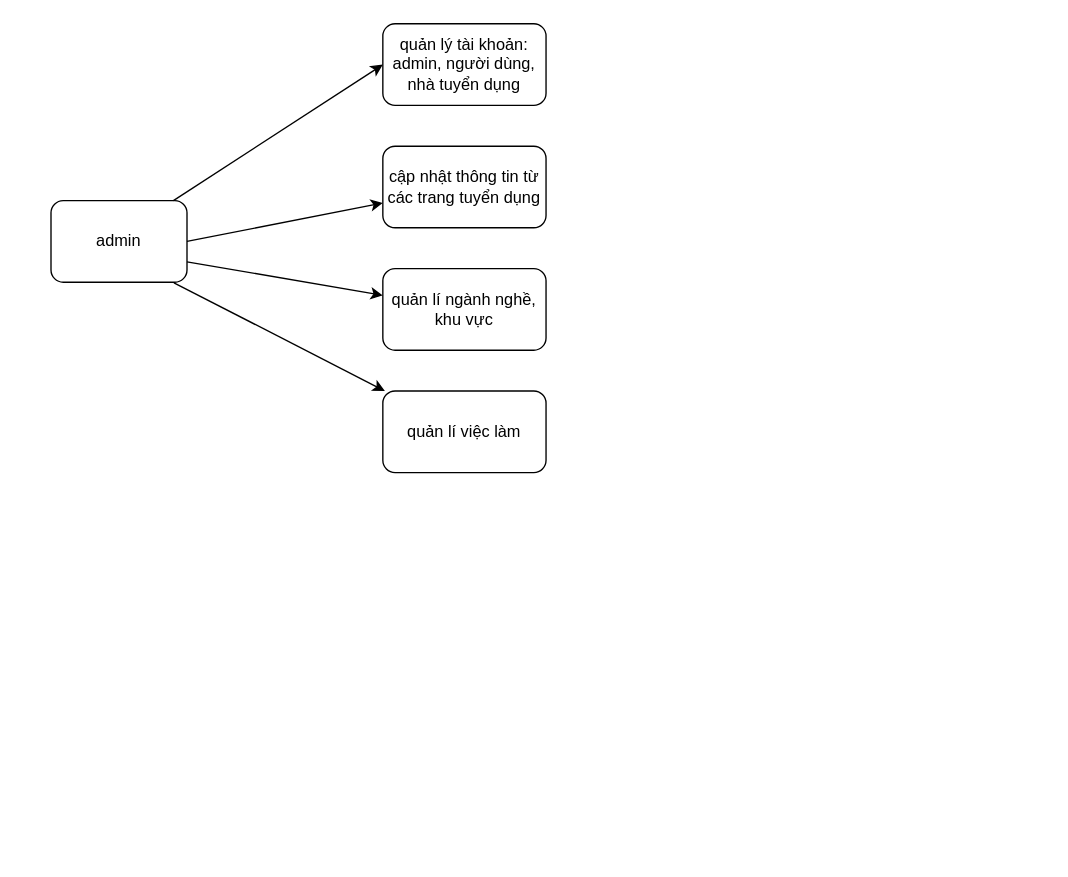
vuduy-2k3/lol119 keeps this draw.io diagram as Untitled Diagram.drawio. Above is the earlier version. Source tidied: cells renumbered, new cells numbered last; positions are measured from the earlier drawing's top-left corner, leaving out a move shared by most shapes. Both pictures are drawn from the tidied source at 136%, with x=0, y=0 at pixel (50, 23).
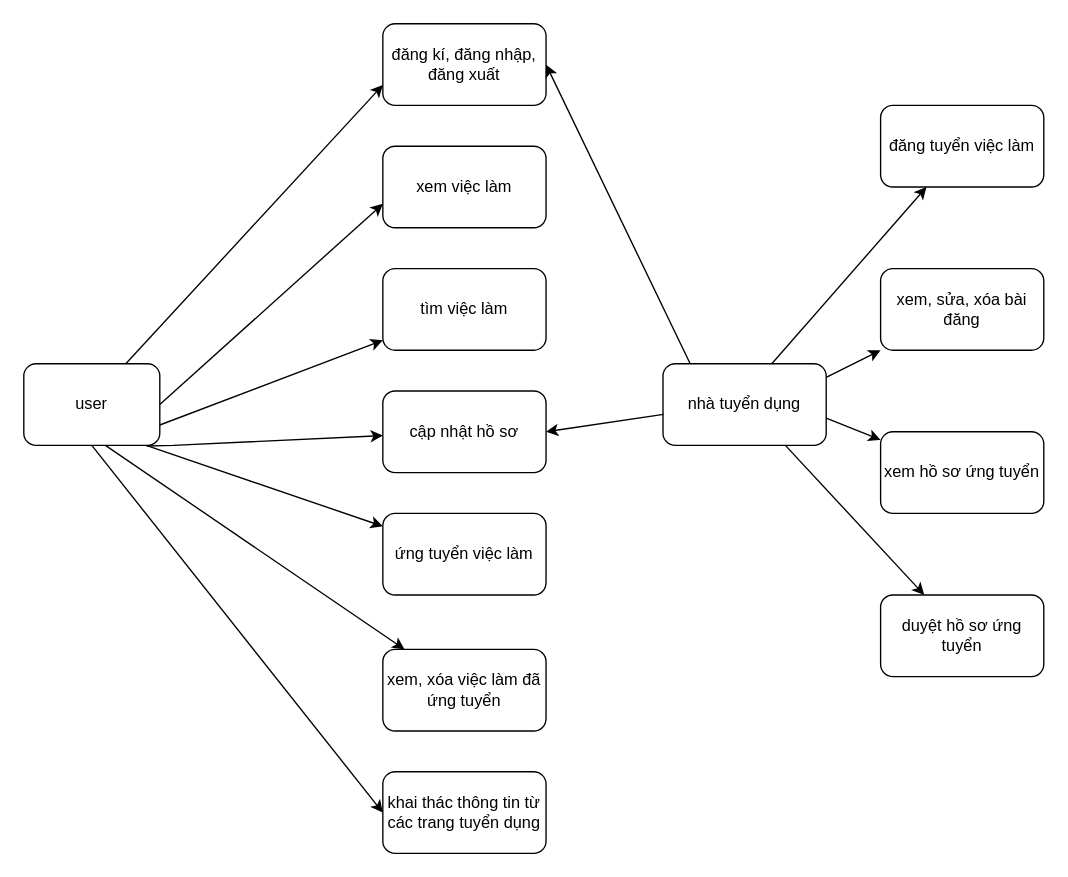
After the change.

The edit, as a diff of the source:
```diff
@@
-    <mxCell id="2" value="admin" style="rounded=1;whiteSpace=wrap;html=1;" parent="1" vertex="1">
-      <mxGeometry y="130" width="100" height="60" as="geometry" />
+    <mxCell id="2" value="user" style="rounded=1;whiteSpace=wrap;html=1;" parent="1" vertex="1">
+      <mxGeometry x="-20" y="250" width="100" height="60" as="geometry" />
     </mxCell>
-    <mxCell id="3" value="quản lý tài khoản: admin, người dùng, nhà tuyển dụng" style="rounded=1;whiteSpace=wrap;html=1;" parent="1" vertex="1">
-      <mxGeometry x="244" width="120" height="60" as="geometry" />
-    </mxCell>
-    <mxCell id="4" style="endArrow=classic;html=1;rounded=0;exitX=1;exitY=0.5;exitDx=0;exitDy=0;" parent="1" edge="1" source="2" target="5">
-      <mxGeometry relative="1" as="geometry" />
+    <mxCell id="4" style="endArrow=classic;html=1;rounded=0;exitX=1;exitY=0.5;exitDx=0;exitDy=0;" parent="1" edge="1" source="2">
+      <mxGeometry relative="1" as="geometry">
+        <mxPoint x="244" y="132.4" as="targetPoint" />
+      </mxGeometry>
     </mxCell>
-    <mxCell id="5" value="cập nhật thông tin từ các trang tuyển dụng" style="rounded=1;whiteSpace=wrap;html=1;" parent="1" vertex="1">
-      <mxGeometry x="244" y="90" width="120" height="60" as="geometry" />
-    </mxCell>
@@
-    <mxCell id="7" value="quản lí ngành nghề, khu vực" style="rounded=1;whiteSpace=wrap;html=1;" parent="1" vertex="1">
+    <mxCell id="7" value="tìm việc làm" style="rounded=1;whiteSpace=wrap;html=1;" parent="1" vertex="1">
       <mxGeometry x="244" y="180" width="120" height="60" as="geometry" />
     </mxCell>
-    <mxCell id="8" style="endArrow=classic;html=1;rounded=0;" parent="1" edge="1">
-      <mxGeometry relative="1" as="geometry">
-        <mxPoint x="90" y="130" as="sourcePoint" />
-        <mxPoint x="244" y="30" as="targetPoint" />
-      </mxGeometry>
-    </mxCell>
     <mxCell id="9" style="endArrow=classic;html=1;rounded=0;exitX=0.904;exitY=1.007;exitDx=0;exitDy=0;exitPerimeter=0;" parent="1" edge="1" source="2" target="10">
-      <mxGeometry relative="1" as="geometry" />
+      <mxGeometry relative="1" as="geometry">
+        <Array as="points">
+          <mxPoint x="90" y="310" />
+        </Array>
+      </mxGeometry>
     </mxCell>
-    <mxCell id="10" value="quản lí việc làm" style="rounded=1;whiteSpace=wrap;html=1;" parent="1" vertex="1">
+    <mxCell id="10" value="cập nhật hồ sơ" style="rounded=1;whiteSpace=wrap;html=1;" parent="1" vertex="1">
       <mxGeometry x="244" y="270" width="120" height="60" as="geometry" />
     </mxCell>
+    <mxCell id="11" value="đăng kí, đăng nhập, đăng xuất" style="rounded=1;whiteSpace=wrap;html=1;" parent="1" vertex="1">
+      <mxGeometry x="244" width="120" height="60" as="geometry" />
+    </mxCell>
+    <mxCell id="12" value="xem việc làm" style="rounded=1;whiteSpace=wrap;html=1;" parent="1" vertex="1">
+      <mxGeometry x="244" y="90" width="120" height="60" as="geometry" />
+    </mxCell>
+    <mxCell id="13" style="endArrow=classic;html=1;rounded=0;exitX=0.75;exitY=0;exitDx=0;exitDy=0;entryX=0;entryY=0.75;entryDx=0;entryDy=0;" parent="1" edge="1" source="2" target="11">
+      <mxGeometry relative="1" as="geometry" />
+    </mxCell>
+    <mxCell id="14" style="endArrow=classic;html=1;rounded=0;" parent="1" edge="1" target="15">
+      <mxGeometry relative="1" as="geometry">
+        <mxPoint x="70" y="310" as="sourcePoint" />
+      </mxGeometry>
+    </mxCell>
+    <mxCell id="15" value="ứng tuyển việc làm" style="rounded=1;whiteSpace=wrap;html=1;" parent="1" vertex="1">
+      <mxGeometry x="244" y="360" width="120" height="60" as="geometry" />
+    </mxCell>
+    <mxCell id="16" style="endArrow=classic;html=1;rounded=0;" parent="1" edge="1" target="17">
+      <mxGeometry relative="1" as="geometry">
+        <mxPoint x="40" y="310" as="sourcePoint" />
+      </mxGeometry>
+    </mxCell>
+    <mxCell id="17" value="xem, xóa việc làm đã ứng tuyển" style="rounded=1;whiteSpace=wrap;html=1;" parent="1" vertex="1">
+      <mxGeometry x="244" y="460" width="120" height="60" as="geometry" />
+    </mxCell>
+    <mxCell id="18" value="nhà tuyển dụng" style="rounded=1;whiteSpace=wrap;html=1;" parent="1" vertex="1">
+      <mxGeometry x="450" y="250" width="120" height="60" as="geometry" />
+    </mxCell>
+    <mxCell id="19" style="endArrow=classic;html=1;rounded=0;entryX=1;entryY=0.5;entryDx=0;entryDy=0;" parent="1" edge="1" target="11">
+      <mxGeometry relative="1" as="geometry">
+        <mxPoint x="470" y="250" as="sourcePoint" />
+      </mxGeometry>
+    </mxCell>
+    <mxCell id="20" style="endArrow=classic;html=1;rounded=0;entryX=1;entryY=0.5;entryDx=0;entryDy=0;exitX=0.003;exitY=0.62;exitDx=0;exitDy=0;exitPerimeter=0;" parent="1" edge="1" source="18" target="10">
+      <mxGeometry relative="1" as="geometry" />
+    </mxCell>
+    <mxCell id="21" style="endArrow=classic;html=1;rounded=0;" parent="1" edge="1" target="22">
+      <mxGeometry relative="1" as="geometry">
+        <mxPoint x="530" y="250" as="sourcePoint" />
+      </mxGeometry>
+    </mxCell>
+    <mxCell id="22" value="đăng tuyển việc làm" style="rounded=1;whiteSpace=wrap;html=1;" parent="1" vertex="1">
+      <mxGeometry x="610" y="60" width="120" height="60" as="geometry" />
+    </mxCell>
+    <mxCell id="23" style="endArrow=classic;html=1;rounded=0;" parent="1" edge="1" target="24">
+      <mxGeometry relative="1" as="geometry">
+        <mxPoint x="570" y="260" as="sourcePoint" />
+      </mxGeometry>
+    </mxCell>
+    <mxCell id="24" value="xem, sửa, xóa bài đăng" style="rounded=1;whiteSpace=wrap;html=1;" parent="1" vertex="1">
+      <mxGeometry x="610" y="180" width="120" height="60" as="geometry" />
+    </mxCell>
+    <mxCell id="25" style="endArrow=classic;html=1;rounded=0;" parent="1" edge="1" target="26">
+      <mxGeometry relative="1" as="geometry">
+        <mxPoint x="570" y="290" as="sourcePoint" />
+      </mxGeometry>
+    </mxCell>
+    <mxCell id="26" value="xem hồ sơ ứng tuyển" style="rounded=1;whiteSpace=wrap;html=1;" parent="1" vertex="1">
+      <mxGeometry x="610" y="300" width="120" height="60" as="geometry" />
+    </mxCell>
+    <mxCell id="27" style="endArrow=classic;html=1;rounded=0;exitX=0.75;exitY=1;exitDx=0;exitDy=0;" parent="1" edge="1" source="18" target="28">
+      <mxGeometry relative="1" as="geometry" />
+    </mxCell>
+    <mxCell id="28" value="duyệt hồ sơ ứng tuyển" style="rounded=1;whiteSpace=wrap;html=1;" parent="1" vertex="1">
+      <mxGeometry x="610" y="420" width="120" height="60" as="geometry" />
+    </mxCell>
+    <mxCell id="29" value="khai thác thông tin từ các trang tuyển dụng" style="rounded=1;whiteSpace=wrap;html=1;" parent="1" vertex="1">
+      <mxGeometry x="244" y="550" width="120" height="60" as="geometry" />
+    </mxCell>
+    <mxCell id="30" style="endArrow=classic;html=1;rounded=0;exitX=0.5;exitY=1;exitDx=0;exitDy=0;entryX=0;entryY=0.5;entryDx=0;entryDy=0;" parent="1" edge="1" source="2" target="29">
+      <mxGeometry relative="1" as="geometry" />
+    </mxCell>
```
